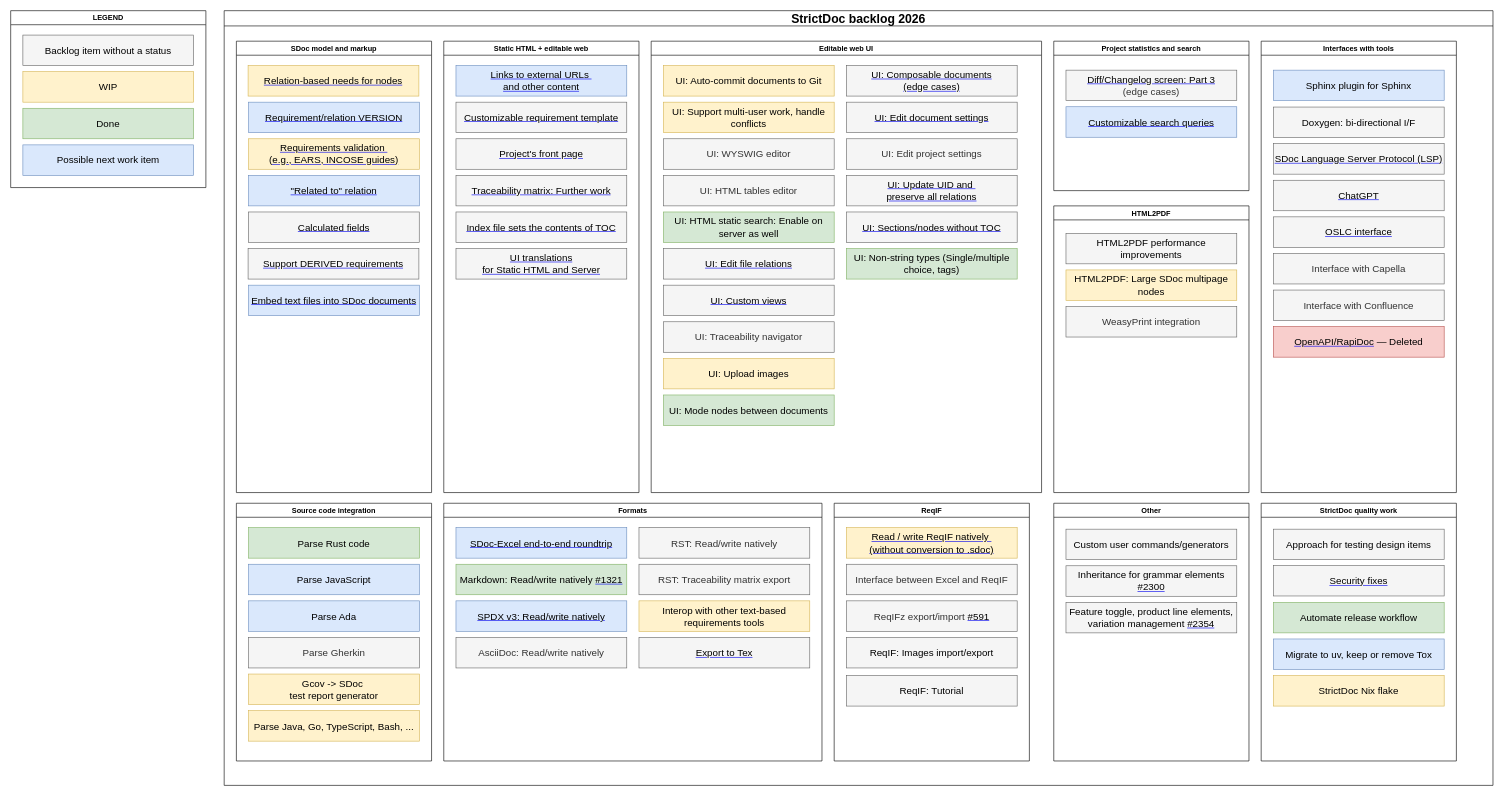
Before: page "Backlog — 2026" (1 of 2) of developer/drawio/Backlog.drawio in strictdoc-project/strictdoc, a draw.io diagram. Source tidied: cells renumbered, new cells numbered last; positions are measured from the earlier drawing's top-left corner, leaving out a move shared by most shapes. Both pictures are drawn from the tidied source at 61%, with x=0, y=0 at pixel (10, 10).
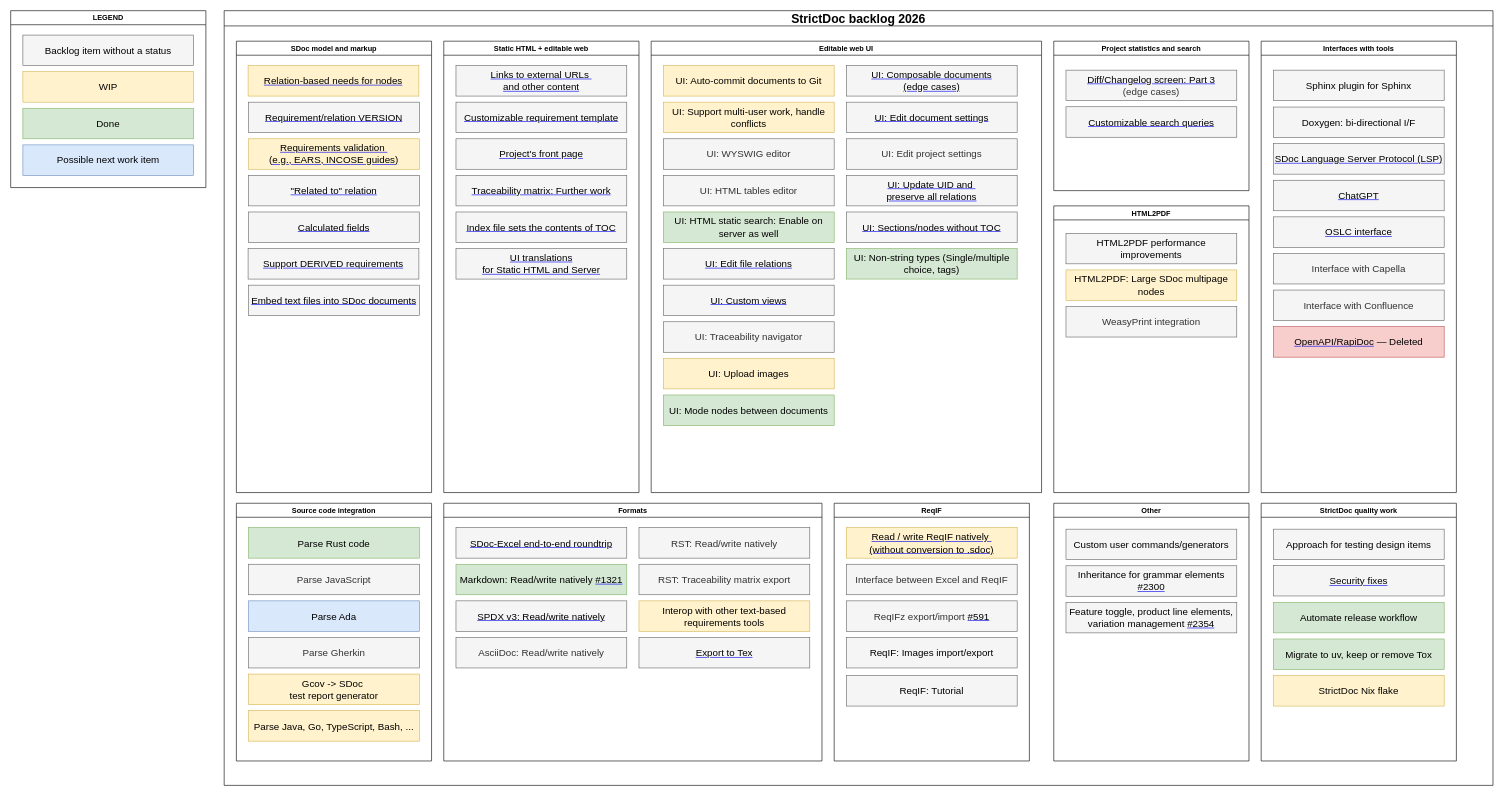
The same page after the edit.

Unchanged cells that the change refers to:
```xml
<mxCell id="7" value="Project statistics and search" style="swimlane;" parent="2" vertex="1">
  <mxGeometry x="1360" y="50" width="320" height="245" as="geometry" />
</mxCell>
<mxCell id="16" value="SDoc model and markup" style="swimlane;" parent="2" vertex="1">
  <mxGeometry x="20" y="50" width="320" height="740" as="geometry" />
</mxCell>
<mxCell id="41" value="Formats" style="swimlane;" parent="2" vertex="1">
  <mxGeometry x="360" y="807.5" width="620" height="422.5" as="geometry" />
</mxCell>
<mxCell id="50" value="Interfaces with tools" style="swimlane;" parent="2" vertex="1">
  <mxGeometry x="1700" y="50" width="320" height="740" as="geometry" />
</mxCell>
<mxCell id="59" value="Static HTML + editable web" style="swimlane;" parent="2" vertex="1">
  <mxGeometry x="360" y="50" width="320" height="740" as="geometry" />
</mxCell>
<mxCell id="66" value="Source code integration" style="swimlane;" parent="2" vertex="1">
  <mxGeometry x="20" y="807.5" width="320" height="422.5" as="geometry" />
</mxCell>
<mxCell id="73" value="StrictDoc quality work" style="swimlane;" parent="2" vertex="1">
  <mxGeometry x="1700" y="807.5" width="320" height="422.5" as="geometry" />
</mxCell>
```

The edit, as a diff of the source:
```diff
@@
-    <mxCell id="9" value="&lt;a href=&quot;https://github.com/strictdoc-project/strictdoc/issues/1512&quot;&gt;&lt;font style=&quot;color: rgb(0, 0, 0);&quot;&gt;Customizable search queries&lt;/font&gt;&lt;/a&gt;" style="text;html=1;strokeColor=#6c8ebf;fillColor=#dae8fc;align=center;verticalAlign=middle;whiteSpace=wrap;rounded=0;fontStyle=0;fontSize=16;" parent="7" vertex="1">
+    <mxCell id="9" value="&lt;a href=&quot;https://github.com/strictdoc-project/strictdoc/issues/1512&quot;&gt;&lt;font style=&quot;color: rgb(0, 0, 0);&quot;&gt;Customizable search queries&lt;/font&gt;&lt;/a&gt;" style="text;html=1;strokeColor=#666666;fillColor=#f5f5f5;align=center;verticalAlign=middle;whiteSpace=wrap;rounded=0;fontStyle=0;fontSize=16;fontColor=#333333;" parent="7" vertex="1">
       <mxGeometry x="20" y="107.5" width="280" height="50" as="geometry" />
     </mxCell>
@@
-    <mxCell id="20" value="&lt;a style=&quot;&quot; href=&quot;https://github.com/strictdoc-project/strictdoc/issues/1504&quot;&gt;&lt;font style=&quot;color: rgb(0, 0, 0);&quot;&gt;&quot;Related to&quot; relation&lt;/font&gt;&lt;/a&gt;" style="text;html=1;align=center;verticalAlign=middle;whiteSpace=wrap;rounded=0;fontStyle=0;fontSize=16;fillColor=#dae8fc;strokeColor=#6c8ebf;" parent="16" vertex="1">
+    <mxCell id="20" value="&lt;a style=&quot;&quot; href=&quot;https://github.com/strictdoc-project/strictdoc/issues/1504&quot;&gt;&lt;font style=&quot;color: rgb(0, 0, 0);&quot;&gt;&quot;Related to&quot; relation&lt;/font&gt;&lt;/a&gt;" style="text;html=1;align=center;verticalAlign=middle;whiteSpace=wrap;rounded=0;fontStyle=0;fontSize=16;fillColor=#f5f5f5;strokeColor=#666666;fontColor=#333333;" parent="16" vertex="1">
       <mxGeometry x="20" y="220" width="280" height="50" as="geometry" />
     </mxCell>
@@
-    <mxCell id="22" value="&lt;a style=&quot;&quot; href=&quot;https://github.com/strictdoc-project/strictdoc/issues/580&quot;&gt;&lt;font style=&quot;color: rgb(0, 0, 0);&quot;&gt;Embed text files into SDoc documents&lt;/font&gt;&lt;/a&gt;" style="text;html=1;strokeColor=#6c8ebf;fillColor=#dae8fc;align=center;verticalAlign=middle;whiteSpace=wrap;rounded=0;fontStyle=0;fontSize=16;" parent="16" vertex="1">
+    <mxCell id="22" value="&lt;a style=&quot;&quot; href=&quot;https://github.com/strictdoc-project/strictdoc/issues/580&quot;&gt;&lt;font style=&quot;color: rgb(0, 0, 0);&quot;&gt;Embed text files into SDoc documents&lt;/font&gt;&lt;/a&gt;" style="text;html=1;strokeColor=#666666;fillColor=#f5f5f5;align=center;verticalAlign=middle;whiteSpace=wrap;rounded=0;fontStyle=0;fontSize=16;fontColor=#333333;" parent="16" vertex="1">
       <mxGeometry x="20" y="400" width="280" height="50" as="geometry" />
     </mxCell>
-    <mxCell id="23" value="&lt;a href=&quot;https://github.com/strictdoc-project/strictdoc/issues/2168&quot;&gt;&lt;font color=&quot;#000000&quot;&gt;Requirement/relation VERSION&lt;/font&gt;&lt;/a&gt;" style="text;html=1;strokeColor=#6c8ebf;fillColor=#dae8fc;align=center;verticalAlign=middle;whiteSpace=wrap;rounded=0;fontStyle=0;fontSize=16;" parent="16" vertex="1">
+    <mxCell id="23" value="&lt;a href=&quot;https://github.com/strictdoc-project/strictdoc/issues/2168&quot;&gt;&lt;font color=&quot;#000000&quot;&gt;Requirement/relation VERSION&lt;/font&gt;&lt;/a&gt;" style="text;html=1;strokeColor=#666666;fillColor=#f5f5f5;align=center;verticalAlign=middle;whiteSpace=wrap;rounded=0;fontStyle=0;fontSize=16;fontColor=#333333;" parent="16" vertex="1">
       <mxGeometry x="20" y="100" width="280" height="50" as="geometry" />
     </mxCell>
@@
-    <mxCell id="42" value="&lt;a href=&quot;https://github.com/strictdoc-project/strictdoc/issues/2117&quot;&gt;&lt;font style=&quot;color: rgb(0, 0, 0);&quot;&gt;SDoc-Excel end-to-end roundtrip&lt;/font&gt;&lt;/a&gt;" style="text;html=1;strokeColor=#6c8ebf;fillColor=#dae8fc;align=center;verticalAlign=middle;whiteSpace=wrap;rounded=0;fontStyle=0;fontSize=16;" parent="41" vertex="1">
+    <mxCell id="42" value="&lt;a href=&quot;https://github.com/strictdoc-project/strictdoc/issues/2117&quot;&gt;&lt;font style=&quot;color: rgb(0, 0, 0);&quot;&gt;SDoc-Excel end-to-end roundtrip&lt;/font&gt;&lt;/a&gt;" style="text;html=1;strokeColor=#666666;fillColor=#f5f5f5;align=center;verticalAlign=middle;whiteSpace=wrap;rounded=0;fontStyle=0;fontSize=16;fontColor=#333333;" parent="41" vertex="1">
       <mxGeometry x="20" y="40" width="280" height="50" as="geometry" />
     </mxCell>
@@
-    <mxCell id="44" value="&lt;a href=&quot;https://github.com/strictdoc-project/strictdoc/issues/1541&quot;&gt;&lt;font style=&quot;color: rgb(0, 0, 0);&quot;&gt;SPDX v3: Read/write natively&lt;/font&gt;&lt;/a&gt;" style="text;html=1;strokeColor=#6c8ebf;fillColor=#dae8fc;align=center;verticalAlign=middle;whiteSpace=wrap;rounded=0;fontStyle=0;fontSize=16;" parent="41" vertex="1">
+    <mxCell id="44" value="&lt;a href=&quot;https://github.com/strictdoc-project/strictdoc/issues/1541&quot;&gt;&lt;font style=&quot;color: rgb(0, 0, 0);&quot;&gt;SPDX v3: Read/write natively&lt;/font&gt;&lt;/a&gt;" style="text;html=1;strokeColor=#666666;fillColor=#f5f5f5;align=center;verticalAlign=middle;whiteSpace=wrap;rounded=0;fontStyle=0;fontSize=16;fontColor=#333333;" parent="41" vertex="1">
       <mxGeometry x="20" y="160" width="280" height="50" as="geometry" />
     </mxCell>
@@
-    <mxCell id="57" value="&lt;font color=&quot;#000000&quot;&gt;Sphinx plugin for Sphinx&lt;/font&gt;" style="text;html=1;strokeColor=#6c8ebf;fillColor=#dae8fc;align=center;verticalAlign=middle;whiteSpace=wrap;rounded=0;fontStyle=0;fontSize=16;" parent="50" vertex="1">
+    <mxCell id="57" value="&lt;font color=&quot;#000000&quot;&gt;Sphinx plugin for Sphinx&lt;/font&gt;" style="text;html=1;strokeColor=#666666;fillColor=#f5f5f5;align=center;verticalAlign=middle;whiteSpace=wrap;rounded=0;fontStyle=0;fontSize=16;fontColor=#333333;" parent="50" vertex="1">
       <mxGeometry x="20" y="47.5" width="280" height="50" as="geometry" />
     </mxCell>
@@
-    <mxCell id="65" value="&lt;a href=&quot;https://github.com/strictdoc-project/strictdoc/issues/1495&quot;&gt;&lt;font style=&quot;color: rgb(0, 0, 0);&quot;&gt;Links to external URLs&amp;nbsp;&lt;/font&gt;&lt;/a&gt;&lt;div&gt;&lt;a href=&quot;https://github.com/strictdoc-project/strictdoc/issues/1495&quot;&gt;&lt;font style=&quot;color: rgb(0, 0, 0);&quot;&gt;and other content&lt;/font&gt;&lt;/a&gt;&lt;/div&gt;" style="text;html=1;strokeColor=#6c8ebf;fillColor=#dae8fc;align=center;verticalAlign=middle;whiteSpace=wrap;rounded=0;fontStyle=0;fontSize=16;" parent="59" vertex="1">
+    <mxCell id="65" value="&lt;a href=&quot;https://github.com/strictdoc-project/strictdoc/issues/1495&quot;&gt;&lt;font style=&quot;color: rgb(0, 0, 0);&quot;&gt;Links to external URLs&amp;nbsp;&lt;/font&gt;&lt;/a&gt;&lt;div&gt;&lt;a href=&quot;https://github.com/strictdoc-project/strictdoc/issues/1495&quot;&gt;&lt;font style=&quot;color: rgb(0, 0, 0);&quot;&gt;and other content&lt;/font&gt;&lt;/a&gt;&lt;/div&gt;" style="text;html=1;strokeColor=#666666;fillColor=#f5f5f5;align=center;verticalAlign=middle;whiteSpace=wrap;rounded=0;fontStyle=0;fontSize=16;fontColor=#333333;" parent="59" vertex="1">
       <mxGeometry x="20" y="40" width="280" height="50" as="geometry" />
     </mxCell>
@@
-    <mxCell id="68" value="Parse JavaScript" style="text;html=1;strokeColor=#6c8ebf;fillColor=#dae8fc;align=center;verticalAlign=middle;whiteSpace=wrap;rounded=0;fontStyle=0;fontSize=16;" parent="66" vertex="1">
+    <mxCell id="68" value="Parse JavaScript" style="text;html=1;strokeColor=#666666;fillColor=#f5f5f5;align=center;verticalAlign=middle;whiteSpace=wrap;rounded=0;fontStyle=0;fontSize=16;fontColor=#333333;" parent="66" vertex="1">
       <mxGeometry x="20" y="100" width="280" height="50" as="geometry" />
     </mxCell>
@@
-    <mxCell id="78" value="&lt;font color=&quot;#000000&quot;&gt;Migrate to uv, keep or remove Tox&lt;/font&gt;" style="text;html=1;strokeColor=#6c8ebf;fillColor=#dae8fc;align=center;verticalAlign=middle;whiteSpace=wrap;rounded=0;fontStyle=0;fontSize=16;" parent="73" vertex="1">
+    <mxCell id="78" value="&lt;font color=&quot;#000000&quot;&gt;Migrate to uv, keep or remove Tox&lt;/font&gt;" style="text;html=1;strokeColor=#82b366;fillColor=#d5e8d4;align=center;verticalAlign=middle;whiteSpace=wrap;rounded=0;fontStyle=0;fontSize=16;" parent="73" vertex="1">
       <mxGeometry x="20" y="222.5" width="280" height="50" as="geometry" />
     </mxCell>
```
